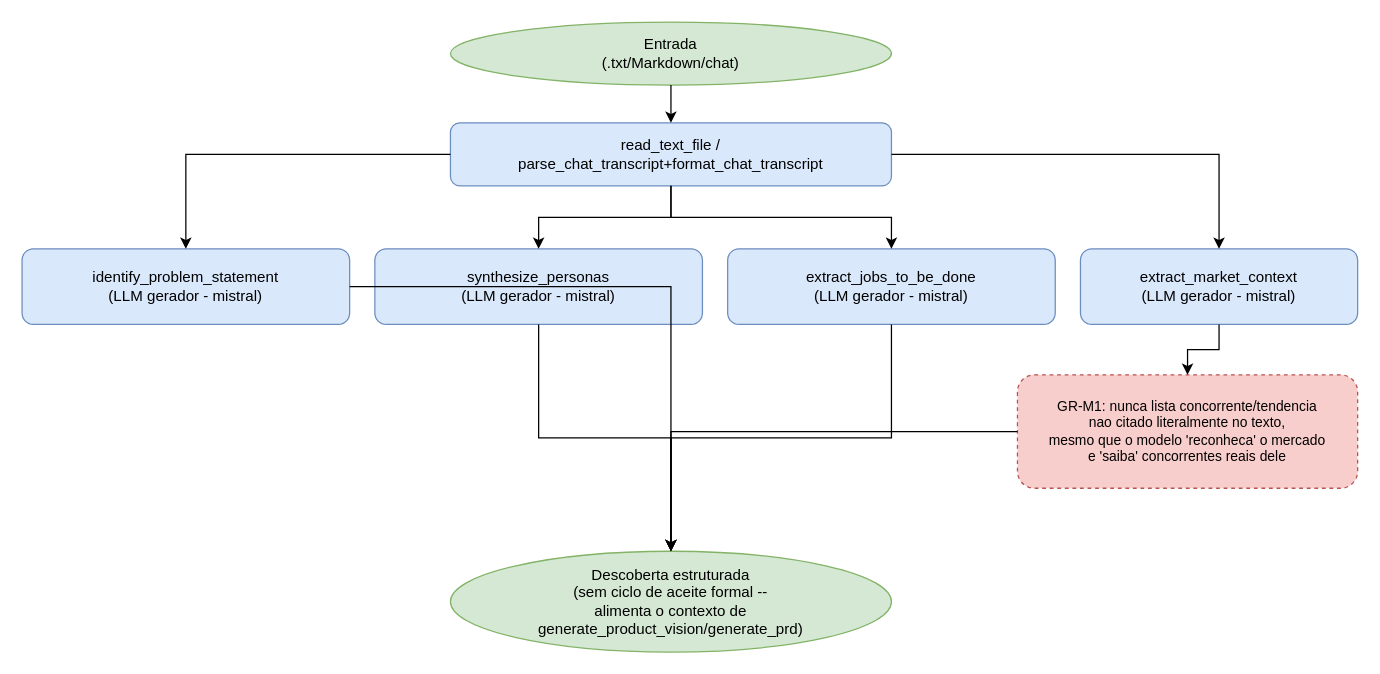
Before: page "3 - Fluxo de descoberta" (3 of 5) of docs/architecture/architecture.drawio in dufelizardo/AQuA-QE-Product-Manager, a draw.io diagram. Source tidied: cells renumbered, new cells numbered last; positions are measured from the earlier drawing's top-left corner, leaving out a move shared by most shapes. Both pictures are drawn from the tidied source at 126%, with x=0, y=0 at pixel (21, 21).
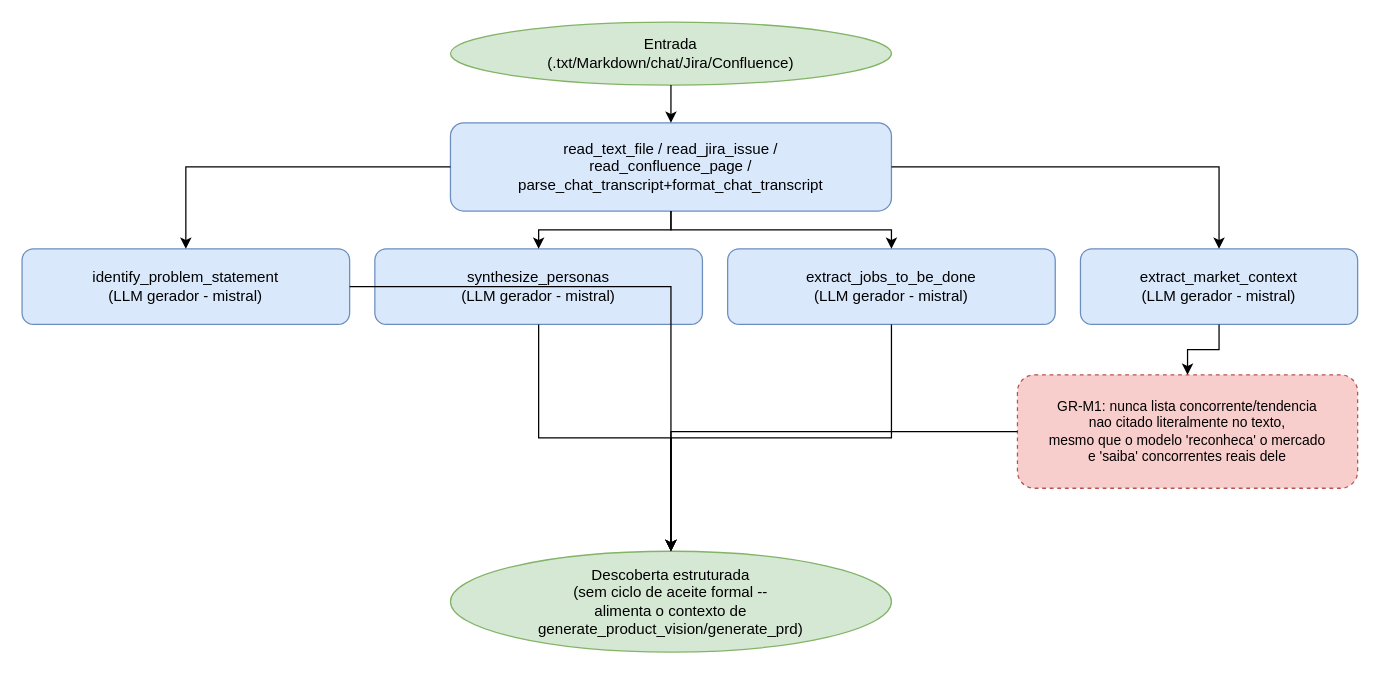
Above is the later version.

The edit, as a diff of the source:
```diff
@@
 <mxGraphModel>
   <root>
     <mxCell id="0" />
     <mxCell id="1" parent="0" />
-    <mxCell id="2" value="Entrada&#10;(.txt/Markdown/chat)" style="ellipse;whiteSpace=wrap;fillColor=#d5e8d4;strokeColor=#82b366;fontSize=12;" parent="1" vertex="1">
+    <mxCell id="2" value="Entrada&#10;(.txt/Markdown/chat/Jira/Confluence)" style="ellipse;whiteSpace=wrap;fillColor=#d5e8d4;strokeColor=#82b366;fontSize=12;" parent="1" vertex="1">
       <mxGeometry x="340" width="350" height="50" as="geometry" />
     </mxCell>
-    <mxCell id="3" value="read_text_file /&#10;parse_chat_transcript+format_chat_transcript" style="rounded=1;whiteSpace=wrap;fillColor=#dae8fc;strokeColor=#6c8ebf;fontSize=12;" parent="1" vertex="1">
-      <mxGeometry x="340" y="80" width="350" height="50" as="geometry" />
+    <mxCell id="3" value="read_text_file / read_jira_issue /&#10;read_confluence_page /&#10;parse_chat_transcript+format_chat_transcript" style="rounded=1;whiteSpace=wrap;fillColor=#dae8fc;strokeColor=#6c8ebf;fontSize=12;" parent="1" vertex="1">
+      <mxGeometry x="340" y="80" width="350" height="70" as="geometry" />
     </mxCell>
     <mxCell id="4" value="identify_problem_statement&#10;(LLM gerador - mistral)" style="rounded=1;whiteSpace=wrap;fillColor=#dae8fc;strokeColor=#6c8ebf;fontSize=12;" parent="1" vertex="1">
       <mxGeometry y="180" width="260" height="60" as="geometry" />
     </mxCell>
     <mxCell id="5" value="synthesize_personas&#10;(LLM gerador - mistral)" style="rounded=1;whiteSpace=wrap;fillColor=#dae8fc;strokeColor=#6c8ebf;fontSize=12;" parent="1" vertex="1">
       <mxGeometry x="280" y="180" width="260" height="60" as="geometry" />
     </mxCell>
     <mxCell id="6" value="extract_jobs_to_be_done&#10;(LLM gerador - mistral)" style="rounded=1;whiteSpace=wrap;fillColor=#dae8fc;strokeColor=#6c8ebf;fontSize=12;" parent="1" vertex="1">
       <mxGeometry x="560" y="180" width="260" height="60" as="geometry" />
     </mxCell>
     <mxCell id="7" value="extract_market_context&#10;(LLM gerador - mistral)" style="rounded=1;whiteSpace=wrap;fillColor=#dae8fc;strokeColor=#6c8ebf;fontSize=12;" parent="1" vertex="1">
       <mxGeometry x="840" y="180" width="220" height="60" as="geometry" />
     </mxCell>
     <mxCell id="8" value="GR-M1: nunca lista concorrente/tendencia&#10;nao citado literalmente no texto,&#10;mesmo que o modelo 'reconheca' o mercado&#10;e 'saiba' concorrentes reais dele" style="rounded=1;whiteSpace=wrap;fillColor=#f8cecc;strokeColor=#b85450;fontSize=11;dashed=1;" parent="1" vertex="1">
       <mxGeometry x="790" y="280" width="270" height="90" as="geometry" />
     </mxCell>
     <mxCell id="9" value="Descoberta estruturada&#10;(sem ciclo de aceite formal --&#10;alimenta o contexto de&#10;generate_product_vision/generate_prd)" style="ellipse;whiteSpace=wrap;fillColor=#d5e8d4;strokeColor=#82b366;fontSize=12;" parent="1" vertex="1">
       <mxGeometry x="340" y="420" width="350" height="80" as="geometry" />
     </mxCell>
     <mxCell id="10" style="edgeStyle=orthogonalEdgeStyle;rounded=0;" parent="1" edge="1" source="2" target="3">
       <mxGeometry relative="1" as="geometry" />
     </mxCell>
     <mxCell id="11" style="edgeStyle=orthogonalEdgeStyle;rounded=0;" parent="1" edge="1" source="3" target="4">
       <mxGeometry relative="1" as="geometry" />
     </mxCell>
     <mxCell id="12" style="edgeStyle=orthogonalEdgeStyle;rounded=0;" parent="1" edge="1" source="3" target="5">
       <mxGeometry relative="1" as="geometry" />
     </mxCell>
     <mxCell id="13" style="edgeStyle=orthogonalEdgeStyle;rounded=0;" parent="1" edge="1" source="3" target="6">
       <mxGeometry relative="1" as="geometry" />
     </mxCell>
     <mxCell id="14" style="edgeStyle=orthogonalEdgeStyle;rounded=0;" parent="1" edge="1" source="3" target="7">
       <mxGeometry relative="1" as="geometry" />
     </mxCell>
     <mxCell id="15" style="edgeStyle=orthogonalEdgeStyle;rounded=0;" parent="1" edge="1" source="7" target="8">
       <mxGeometry relative="1" as="geometry" />
     </mxCell>
     <mxCell id="16" style="edgeStyle=orthogonalEdgeStyle;rounded=0;" parent="1" edge="1" source="4" target="9">
       <mxGeometry relative="1" as="geometry" />
     </mxCell>
     <mxCell id="17" style="edgeStyle=orthogonalEdgeStyle;rounded=0;" parent="1" edge="1" source="5" target="9">
       <mxGeometry relative="1" as="geometry" />
     </mxCell>
     <mxCell id="18" style="edgeStyle=orthogonalEdgeStyle;rounded=0;" parent="1" edge="1" source="6" target="9">
       <mxGeometry relative="1" as="geometry" />
     </mxCell>
     <mxCell id="19" style="edgeStyle=orthogonalEdgeStyle;rounded=0;" parent="1" edge="1" source="8" target="9">
       <mxGeometry relative="1" as="geometry" />
     </mxCell>
   </root>
 </mxGraphModel>
```
